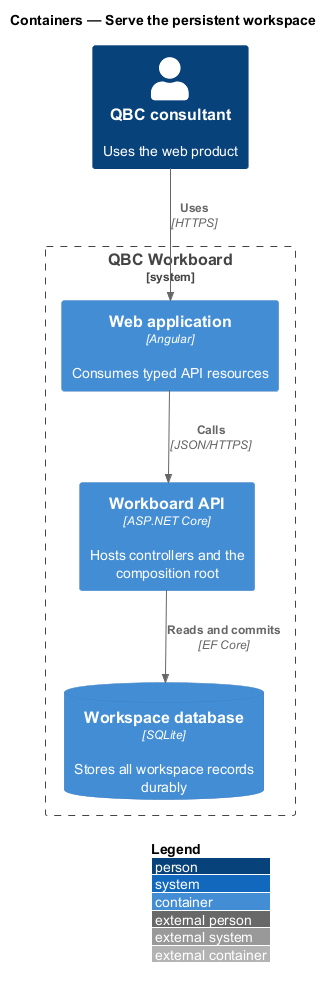
The PlantUML diagram docs/detailed-designs/platform/serve-persistent-workspace/diagrams/c4-container.png in QuinntyneBrown/quinntyne-brown-consulting, before a commit.
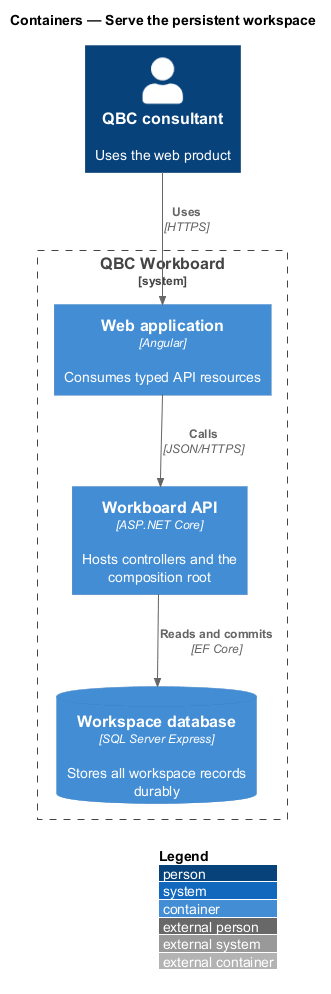
After the commit.

The edit, as a diff of the source:
```diff
@@ -7,7 +7,7 @@
 System_Boundary(workboard, "QBC Workboard") {
   Container(spa, "Web application", "Angular", "Consumes typed API resources")
   Container(api, "Workboard API", "ASP.NET Core", "Hosts controllers and the composition root")
-  ContainerDb(db, "Workspace database", "SQLite", "Stores all workspace records durably")
+  ContainerDb(db, "Workspace database", "SQL Server Express", "Stores all workspace records durably")
 }
 
 Rel(consultant, spa, "Uses", "HTTPS")
```
